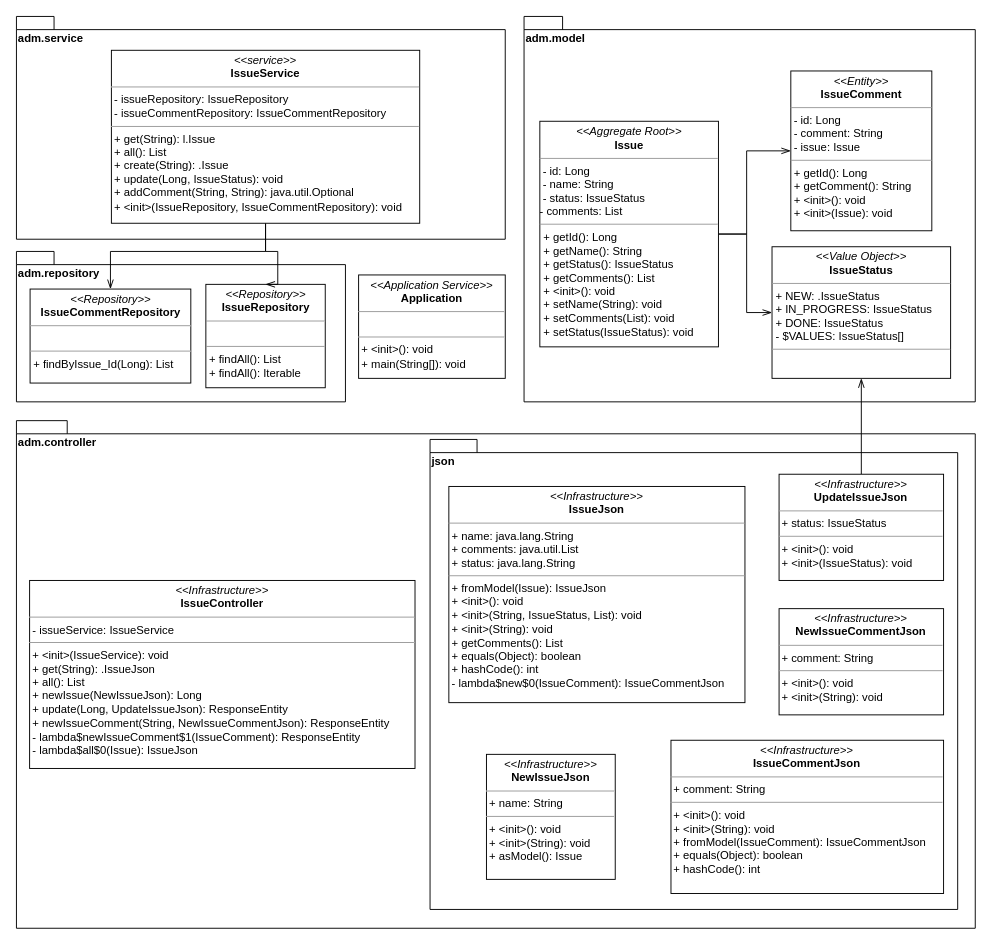
Above: page "old" (1 of 4) of gfx/example/adm/raw/uml-adm.drawio in DanielKraft/bachelor-thesis (draw.io), before the change. Source tidied: cells renumbered, new cells numbered last; positions are measured from the earlier drawing's top-left corner, leaving out a move shared by most shapes. Both pictures are drawn from the tidied source at 94%, with x=0, y=0 at pixel (16, 16).
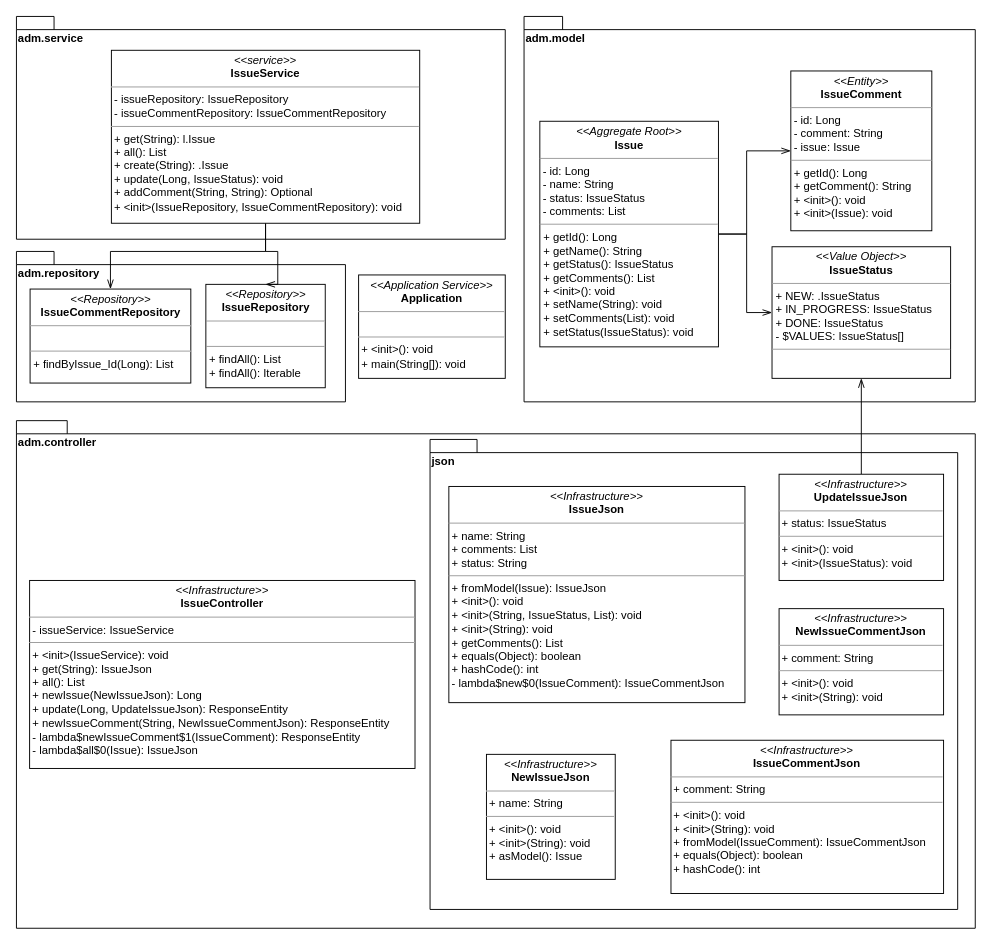
The same diagram, later.

What changed in the source:
```diff
@@
-    <mxCell id="6" value="&lt;p style=&quot;margin: 0px ; margin-top: 4px ; text-align: center&quot;&gt;&lt;i&gt;&amp;lt;&amp;lt;Aggregate Root&amp;gt;&amp;gt;&lt;/i&gt;&lt;br&gt;&lt;b&gt;Issue&lt;/b&gt;&lt;/p&gt;&lt;hr size=&quot;1&quot;&gt;&lt;div&gt;&amp;nbsp;- id: Long&lt;/div&gt;&lt;div&gt;&amp;nbsp;- name: String&lt;/div&gt;&lt;div&gt;&amp;nbsp;- status: IssueStatus&lt;/div&gt;&lt;div&gt;- comments: List&lt;/div&gt;&lt;hr size=&quot;1&quot;&gt;&lt;p style=&quot;margin: 0px ; margin-left: 4px&quot;&gt;+ getId(): Long&lt;/p&gt;&lt;p style=&quot;margin: 0px ; margin-left: 4px&quot;&gt;+ getName(): String&lt;/p&gt;&lt;p style=&quot;margin: 0px ; margin-left: 4px&quot;&gt;+ getStatus(): IssueStatus&lt;/p&gt;&lt;p style=&quot;margin: 0px ; margin-left: 4px&quot;&gt;+ getComments(): List&lt;/p&gt;&lt;p style=&quot;margin: 0px ; margin-left: 4px&quot;&gt;+ &amp;lt;init&amp;gt;(): void&lt;/p&gt;&lt;p style=&quot;margin: 0px ; margin-left: 4px&quot;&gt;+ setName(String): void&lt;/p&gt;&lt;p style=&quot;margin: 0px ; margin-left: 4px&quot;&gt;+ setComments(List): void&lt;/p&gt;&lt;p style=&quot;margin: 0px ; margin-left: 4px&quot;&gt;+ setStatus(IssueStatus): void&lt;br&gt;&lt;/p&gt;" style="verticalAlign=top;align=left;overflow=fill;fontSize=12;fontFamily=Helvetica;html=1;" parent="1" vertex="1">
+    <mxCell id="6" value="&lt;p style=&quot;margin: 0px ; margin-top: 4px ; text-align: center&quot;&gt;&lt;i&gt;&amp;lt;&amp;lt;Aggregate Root&amp;gt;&amp;gt;&lt;/i&gt;&lt;br&gt;&lt;b&gt;Issue&lt;/b&gt;&lt;/p&gt;&lt;hr size=&quot;1&quot;&gt;&lt;div&gt;&amp;nbsp;- id: Long&lt;/div&gt;&lt;div&gt;&amp;nbsp;- name: String&lt;/div&gt;&lt;div&gt;&amp;nbsp;- status: IssueStatus&lt;/div&gt;&lt;div&gt;&amp;nbsp;- comments: List&lt;/div&gt;&lt;hr size=&quot;1&quot;&gt;&lt;p style=&quot;margin: 0px ; margin-left: 4px&quot;&gt;+ getId(): Long&lt;/p&gt;&lt;p style=&quot;margin: 0px ; margin-left: 4px&quot;&gt;+ getName(): String&lt;/p&gt;&lt;p style=&quot;margin: 0px ; margin-left: 4px&quot;&gt;+ getStatus(): IssueStatus&lt;/p&gt;&lt;p style=&quot;margin: 0px ; margin-left: 4px&quot;&gt;+ getComments(): List&lt;/p&gt;&lt;p style=&quot;margin: 0px ; margin-left: 4px&quot;&gt;+ &amp;lt;init&amp;gt;(): void&lt;/p&gt;&lt;p style=&quot;margin: 0px ; margin-left: 4px&quot;&gt;+ setName(String): void&lt;/p&gt;&lt;p style=&quot;margin: 0px ; margin-left: 4px&quot;&gt;+ setComments(List): void&lt;/p&gt;&lt;p style=&quot;margin: 0px ; margin-left: 4px&quot;&gt;+ setStatus(IssueStatus): void&lt;br&gt;&lt;/p&gt;" style="verticalAlign=top;align=left;overflow=fill;fontSize=12;fontFamily=Helvetica;html=1;" parent="1" vertex="1">
       <mxGeometry x="556.8" y="111.5" width="190" height="240" as="geometry" />
     </mxCell>
@@
-    <mxCell id="10" value="&lt;p style=&quot;margin: 0px ; margin-top: 4px ; text-align: center&quot;&gt;&lt;i&gt;&amp;lt;&amp;lt;Infrastructure&amp;gt;&amp;gt;&lt;/i&gt;&lt;br&gt;&lt;b&gt;IssueController&lt;/b&gt;&lt;/p&gt;&lt;hr size=&quot;1&quot;&gt;&lt;div&gt;&amp;nbsp;- issueService: IssueService&lt;/div&gt;&lt;hr size=&quot;1&quot;&gt;&lt;div&gt;&amp;nbsp;+ &amp;lt;init&amp;gt;(IssueService): void&lt;/div&gt;&lt;div&gt;&amp;nbsp;+ get(String): .IssueJson&lt;/div&gt;&lt;div&gt;&amp;nbsp;+ all(): List&lt;/div&gt;&lt;div&gt;&amp;nbsp;+ newIssue(NewIssueJson): Long&lt;/div&gt;&lt;div&gt;&amp;nbsp;+ update(Long, UpdateIssueJson): ResponseEntity&lt;/div&gt;&lt;div&gt;&amp;nbsp;+ newIssueComment(String, NewIssueCommentJson): ResponseEntity&lt;/div&gt;&lt;div&gt;&amp;nbsp;- lambda$newIssueComment$1(IssueComment): ResponseEntity&lt;/div&gt;&lt;div&gt;&amp;nbsp;- lambda$all$0(Issue): IssueJson&lt;/div&gt;" style="verticalAlign=top;align=left;overflow=fill;fontSize=12;fontFamily=Helvetica;html=1;" parent="1" vertex="1">
+    <mxCell id="10" value="&lt;p style=&quot;margin: 0px ; margin-top: 4px ; text-align: center&quot;&gt;&lt;i&gt;&amp;lt;&amp;lt;Infrastructure&amp;gt;&amp;gt;&lt;/i&gt;&lt;br&gt;&lt;b&gt;IssueController&lt;/b&gt;&lt;/p&gt;&lt;hr size=&quot;1&quot;&gt;&lt;div&gt;&amp;nbsp;- issueService: IssueService&lt;/div&gt;&lt;hr size=&quot;1&quot;&gt;&lt;div&gt;&amp;nbsp;+ &amp;lt;init&amp;gt;(IssueService): void&lt;/div&gt;&lt;div&gt;&amp;nbsp;+ get(String): IssueJson&lt;/div&gt;&lt;div&gt;&amp;nbsp;+ all(): List&lt;/div&gt;&lt;div&gt;&amp;nbsp;+ newIssue(NewIssueJson): Long&lt;/div&gt;&lt;div&gt;&amp;nbsp;+ update(Long, UpdateIssueJson): ResponseEntity&lt;/div&gt;&lt;div&gt;&amp;nbsp;+ newIssueComment(String, NewIssueCommentJson): ResponseEntity&lt;/div&gt;&lt;div&gt;&amp;nbsp;- lambda$newIssueComment$1(IssueComment): ResponseEntity&lt;/div&gt;&lt;div&gt;&amp;nbsp;- lambda$all$0(Issue): IssueJson&lt;/div&gt;" style="verticalAlign=top;align=left;overflow=fill;fontSize=12;fontFamily=Helvetica;html=1;" parent="1" vertex="1">
       <mxGeometry x="14" y="600" width="410" height="200" as="geometry" />
     </mxCell>
@@
-    <mxCell id="14" value="&lt;p style=&quot;margin: 0px ; margin-top: 4px ; text-align: center&quot;&gt;&lt;i&gt;&amp;lt;&amp;lt;Infrastructure&amp;gt;&amp;gt;&lt;/i&gt;&lt;br&gt;&lt;b&gt;IssueJson&lt;/b&gt;&lt;/p&gt;&lt;hr size=&quot;1&quot;&gt;&lt;div&gt;&amp;nbsp;+ name: java.lang.String&lt;/div&gt;&lt;div&gt;&amp;nbsp;+ comments: java.util.List&lt;/div&gt;&lt;div&gt;&amp;nbsp;+ status: java.lang.String&lt;br&gt;&lt;/div&gt;&lt;hr size=&quot;1&quot;&gt;&lt;div&gt;&amp;nbsp;+ fromModel(Issue): IssueJson&lt;/div&gt;&lt;div&gt;&amp;nbsp;+ &amp;lt;init&amp;gt;(): void&lt;/div&gt;&lt;div&gt;&amp;nbsp;+ &amp;lt;init&amp;gt;(String, IssueStatus, List): void&lt;/div&gt;&lt;div&gt;&amp;nbsp;+ &amp;lt;init&amp;gt;(String): void&lt;/div&gt;&lt;div&gt;&amp;nbsp;+ getComments(): List&lt;/div&gt;&lt;div&gt;&amp;nbsp;+ equals(Object): boolean&lt;/div&gt;&lt;div&gt;&amp;nbsp;+ hashCode(): int&lt;/div&gt;&lt;div&gt;&amp;nbsp;- lambda$new$0(IssueComment): IssueCommentJson&lt;/div&gt;" style="verticalAlign=top;align=left;overflow=fill;fontSize=12;fontFamily=Helvetica;html=1;" parent="1" vertex="1">
+    <mxCell id="14" value="&lt;p style=&quot;margin: 0px ; margin-top: 4px ; text-align: center&quot;&gt;&lt;i&gt;&amp;lt;&amp;lt;Infrastructure&amp;gt;&amp;gt;&lt;/i&gt;&lt;br&gt;&lt;b&gt;IssueJson&lt;/b&gt;&lt;/p&gt;&lt;hr size=&quot;1&quot;&gt;&lt;div&gt;&amp;nbsp;+ name: String&lt;/div&gt;&lt;div&gt;&amp;nbsp;+ comments: List&lt;/div&gt;&lt;div&gt;&amp;nbsp;+ status: String&lt;br&gt;&lt;/div&gt;&lt;hr size=&quot;1&quot;&gt;&lt;div&gt;&amp;nbsp;+ fromModel(Issue): IssueJson&lt;/div&gt;&lt;div&gt;&amp;nbsp;+ &amp;lt;init&amp;gt;(): void&lt;/div&gt;&lt;div&gt;&amp;nbsp;+ &amp;lt;init&amp;gt;(String, IssueStatus, List): void&lt;/div&gt;&lt;div&gt;&amp;nbsp;+ &amp;lt;init&amp;gt;(String): void&lt;/div&gt;&lt;div&gt;&amp;nbsp;+ getComments(): List&lt;/div&gt;&lt;div&gt;&amp;nbsp;+ equals(Object): boolean&lt;/div&gt;&lt;div&gt;&amp;nbsp;+ hashCode(): int&lt;/div&gt;&lt;div&gt;&amp;nbsp;- lambda$new$0(IssueComment): IssueCommentJson&lt;/div&gt;" style="verticalAlign=top;align=left;overflow=fill;fontSize=12;fontFamily=Helvetica;html=1;" parent="1" vertex="1">
       <mxGeometry x="460" y="500" width="315" height="230" as="geometry" />
     </mxCell>
@@
-    <mxCell id="24" value="&lt;p style=&quot;margin: 0px ; margin-top: 4px ; text-align: center&quot;&gt;&lt;i&gt;&amp;lt;&amp;lt;service&amp;gt;&amp;gt;&lt;/i&gt;&lt;br&gt;&lt;b&gt;IssueService&lt;/b&gt;&lt;/p&gt;&lt;hr size=&quot;1&quot;&gt;&lt;div&gt;&amp;nbsp;- issueRepository: IssueRepository&lt;/div&gt;&lt;div&gt;&amp;nbsp;- issueCommentRepository: IssueCommentRepository&lt;br&gt;&lt;/div&gt;&lt;hr size=&quot;1&quot;&gt;&lt;div&gt;&amp;nbsp;+ get(String): l.Issue&lt;/div&gt;&lt;div&gt;&amp;nbsp;+ all(): List&lt;/div&gt;&lt;div&gt;&amp;nbsp;+ create(String): .Issue&lt;/div&gt;&lt;div&gt;&amp;nbsp;+ update(Long, IssueStatus): void&lt;/div&gt;&lt;div&gt;&amp;nbsp;+ addComment(String, String): java.util.Optional&lt;/div&gt;&lt;div&gt;&amp;nbsp;+ &amp;lt;init&amp;gt;(IssueRepository, IssueCommentRepository): void&lt;/div&gt;" style="verticalAlign=top;align=left;overflow=fill;fontSize=12;fontFamily=Helvetica;html=1;" parent="1" vertex="1">
+    <mxCell id="24" value="&lt;p style=&quot;margin: 0px ; margin-top: 4px ; text-align: center&quot;&gt;&lt;i&gt;&amp;lt;&amp;lt;service&amp;gt;&amp;gt;&lt;/i&gt;&lt;br&gt;&lt;b&gt;IssueService&lt;/b&gt;&lt;/p&gt;&lt;hr size=&quot;1&quot;&gt;&lt;div&gt;&amp;nbsp;- issueRepository: IssueRepository&lt;/div&gt;&lt;div&gt;&amp;nbsp;- issueCommentRepository: IssueCommentRepository&lt;br&gt;&lt;/div&gt;&lt;hr size=&quot;1&quot;&gt;&lt;div&gt;&amp;nbsp;+ get(String): l.Issue&lt;/div&gt;&lt;div&gt;&amp;nbsp;+ all(): List&lt;/div&gt;&lt;div&gt;&amp;nbsp;+ create(String): .Issue&lt;/div&gt;&lt;div&gt;&amp;nbsp;+ update(Long, IssueStatus): void&lt;/div&gt;&lt;div&gt;&amp;nbsp;+ addComment(String, String): Optional&lt;/div&gt;&lt;div&gt;&amp;nbsp;+ &amp;lt;init&amp;gt;(IssueRepository, IssueCommentRepository): void&lt;/div&gt;" style="verticalAlign=top;align=left;overflow=fill;fontSize=12;fontFamily=Helvetica;html=1;" parent="1" vertex="1">
       <mxGeometry x="101" y="36" width="328" height="184" as="geometry" />
     </mxCell>
```
